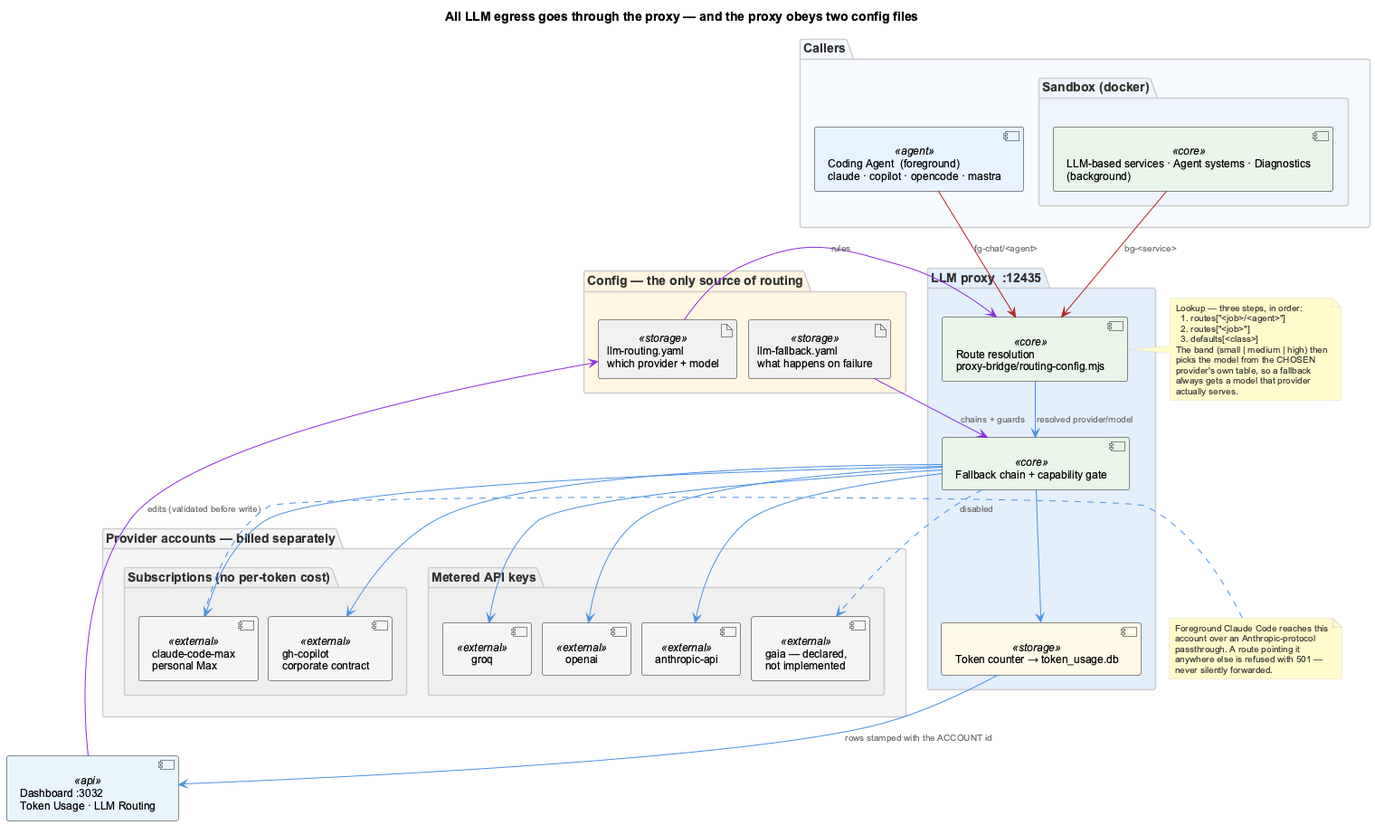
Earlier version of the PlantUML export docs/images/llm-routing-architecture.png (fwornle/coding).
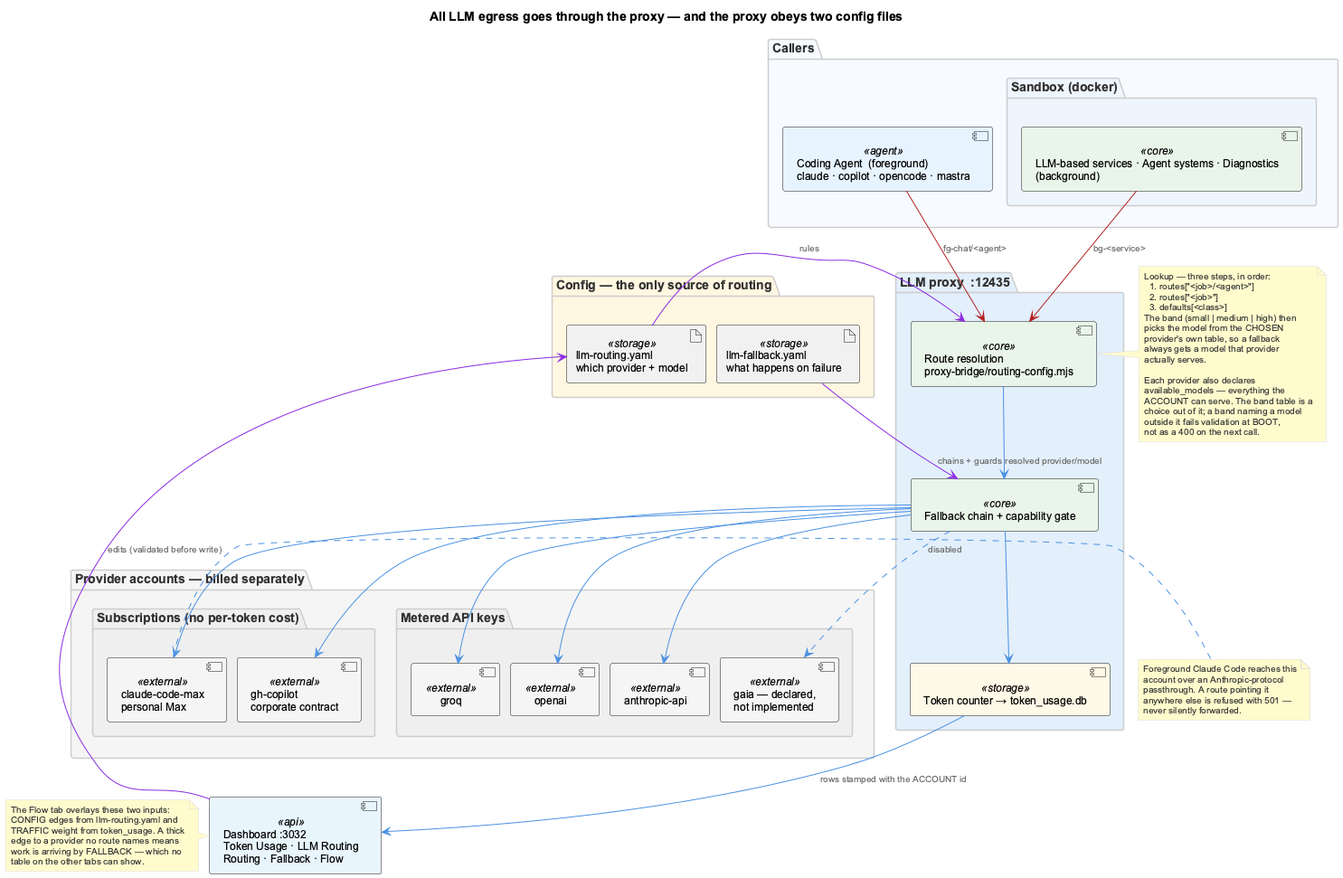
After the change.

What changed in the source:
```diff
@@ -39,7 +39,7 @@
   }
 }
 
-component "Dashboard :3032\nToken Usage · LLM Routing" as dash <<api>>
+component "Dashboard :3032\nToken Usage · LLM Routing\nRouting · Fallback · Flow" as dash <<api>>
 
 agent  -[#B22222]->  router : fg-chat/<agent>
 bgsvc  -[#B22222]->  router : bg-<service>
@@ -70,6 +70,22 @@
   provider's own table, so a fallback
   always gets a model that provider
   actually serves.
+
+  Each provider also declares
+  available_models — everything the
+  ACCOUNT can serve. The band table is a
+  choice out of it; a band naming a model
+  outside it fails validation at BOOT,
+  not as a 400 on the next call.
+end note
+
+note left of dash
+  The Flow tab overlays these two inputs:
+  CONFIG edges from llm-routing.yaml and
+  TRAFFIC weight from token_usage. A thick
+  edge to a provider no route names means
+  work is arriving by FALLBACK — which no
+  table on the other tabs can show.
 end note
 
 note right of maxsub
```
